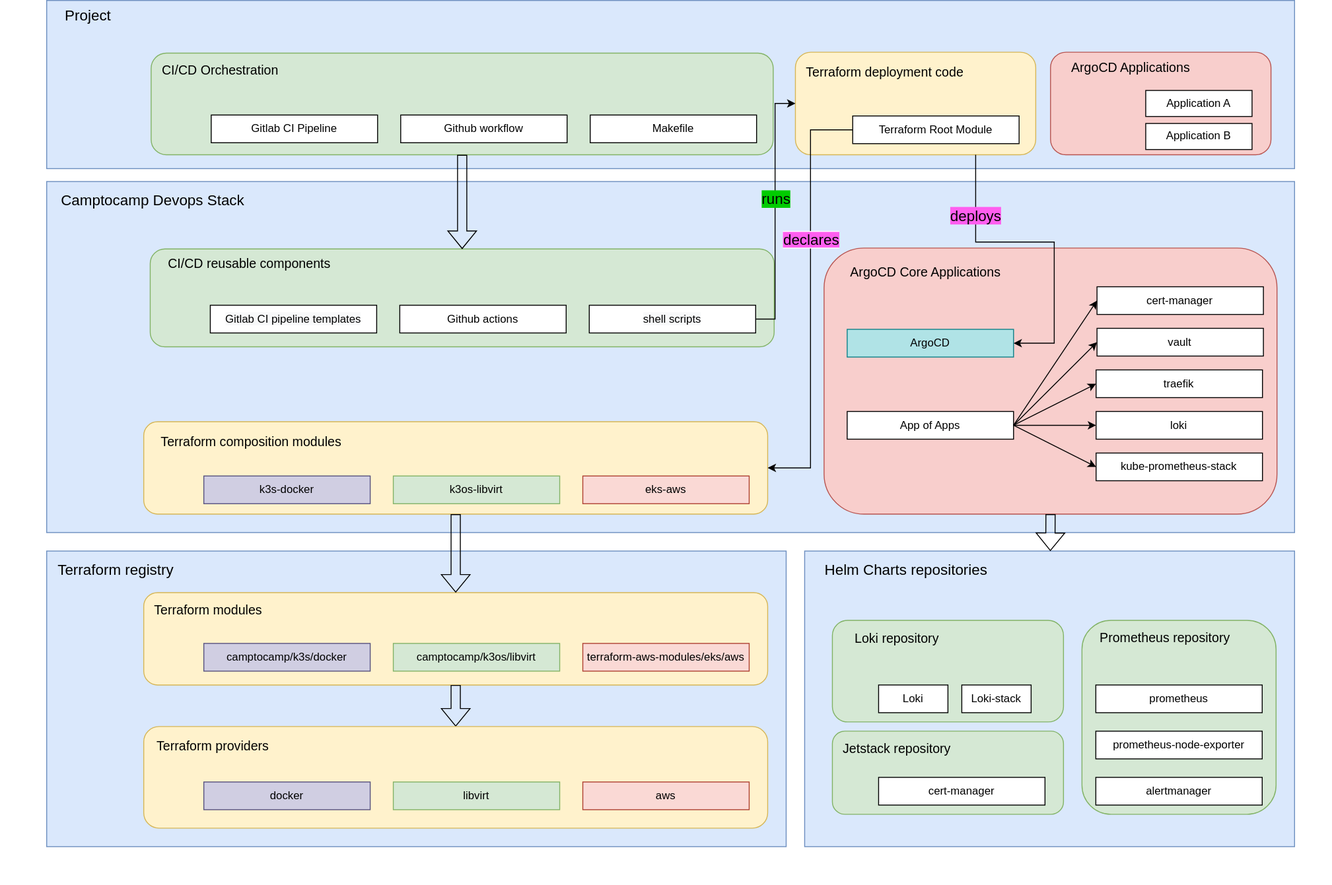
Earlier version of the draw.io export docs/modules/ROOT/assets/images/devops-stack-architecture.svg (camptocamp/devops-stack). Source tidied: cells renumbered, new cells last; positions are measured from the earlier drawing's top-left corner, leaving out a move shared by most shapes.
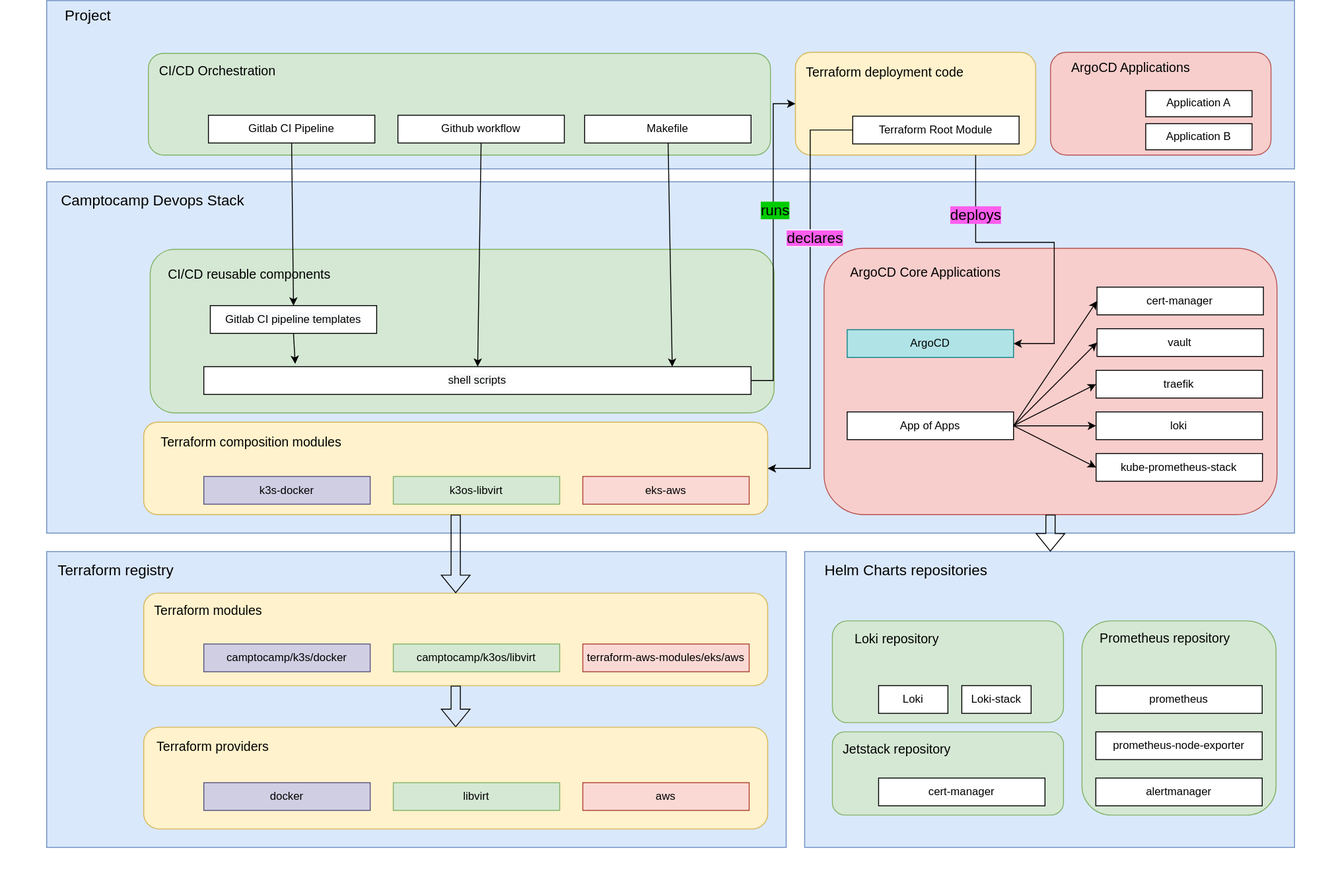
Above is the later version.

Commit message:
Update architecture schema

What changed in the source:
```diff
@@ -108,23 +108,23 @@
       <mxGeometry relative="1" as="geometry" />
     </mxCell>
     <mxCell id="37" style="group;" parent="18" vertex="1">
-      <mxGeometry x="162" y="73" width="675" height="105.9" as="geometry" />
+      <mxGeometry x="162" y="73" width="675" height="177" as="geometry" />
     </mxCell>
     <mxCell id="38" style="rounded=1;whiteSpace=wrap;html=1;fillColor=#d5e8d4;strokeColor=#82b366;" parent="37" vertex="1">
-      <mxGeometry width="675" height="105.9" as="geometry" />
+      <mxGeometry width="675" height="177" as="geometry" />
     </mxCell>
     <mxCell id="39" value="CI/CD reusable components" style="text;html=1;strokeColor=none;fillColor=none;align=center;verticalAlign=middle;whiteSpace=wrap;rounded=0;rotation=0;fontSize=14;" parent="37" vertex="1">
-      <mxGeometry x="15" y="9.2" width="185" height="14.3" as="geometry" />
+      <mxGeometry x="15" y="15.4" width="185" height="23.9" as="geometry" />
     </mxCell>
-    <mxCell id="40" value="Github actions" style="rounded=0;whiteSpace=wrap;html=1;" parent="18" vertex="1">
-      <mxGeometry x="432" y="133.9" width="180" height="30" as="geometry" />
-    </mxCell>
-    <mxCell id="41" value="&lt;meta charset=&quot;utf-8&quot;&gt;&lt;span style=&quot;color: rgb(0, 0, 0); font-family: helvetica; font-size: 12px; font-style: normal; font-weight: 400; letter-spacing: normal; text-align: center; text-indent: 0px; text-transform: none; word-spacing: 0px; background-color: rgb(248, 249, 250); display: inline; float: none;&quot;&gt;shell scripts&lt;/span&gt;" style="rounded=0;whiteSpace=wrap;html=1;" parent="18" vertex="1">
-      <mxGeometry x="637" y="133.9" width="180" height="30" as="geometry" />
+    <mxCell id="41" value="&lt;meta charset=&quot;utf-8&quot;&gt;&lt;span style=&quot;color: rgb(0, 0, 0); font-family: helvetica; font-size: 12px; font-style: normal; font-weight: 400; letter-spacing: normal; text-align: center; text-indent: 0px; text-transform: none; word-spacing: 0px; background-color: rgb(248, 249, 250); display: inline; float: none;&quot;&gt;shell scripts&lt;/span&gt;" style="rounded=0;whiteSpace=wrap;html=1;" parent="37" vertex="1">
+      <mxGeometry x="58" y="127" width="592" height="30" as="geometry" />
     </mxCell>
     <mxCell id="42" value="&lt;meta charset=&quot;utf-8&quot;&gt;&lt;span style=&quot;color: rgb(0, 0, 0); font-family: helvetica; font-size: 12px; font-style: normal; font-weight: 400; letter-spacing: normal; text-align: center; text-indent: 0px; text-transform: none; word-spacing: 0px; background-color: rgb(248, 249, 250); display: inline; float: none;&quot;&gt;Gitlab CI pipeline templates&lt;/span&gt;" style="rounded=0;whiteSpace=wrap;html=1;" parent="18" vertex="1">
       <mxGeometry x="227" y="133.9" width="180" height="30" as="geometry" />
     </mxCell>
+    <mxCell id="92" style="endArrow=classic;html=1;exitX=0.5;exitY=1;exitDx=0;exitDy=0;entryX=0.167;entryY=-0.1;entryDx=0;entryDy=0;entryPerimeter=0;" parent="18" edge="1" source="42" target="41">
+      <mxGeometry relative="1" as="geometry" />
+    </mxCell>
     <mxCell id="43" style="group;" parent="1" vertex="1">
       <mxGeometry x="155" y="456" width="675" height="100" as="geometry" />
     </mxCell>
@@ -219,7 +219,7 @@
       <mxGeometry x="60" y="6" width="70" height="20" as="geometry" />
     </mxCell>
     <mxCell id="74" style="group;fontStyle=1;" parent="1" vertex="1">
-      <mxGeometry x="163" y="57" width="675" height="110" as="geometry" />
+      <mxGeometry x="160" y="57" width="675" height="110" as="geometry" />
     </mxCell>
     <mxCell id="75" style="rounded=1;whiteSpace=wrap;html=1;fillColor=#d5e8d4;strokeColor=#82b366;" parent="74" vertex="1">
       <mxGeometry width="673" height="110" as="geometry" />
@@ -234,7 +234,7 @@
       <mxGeometry x="270" y="67" width="180" height="30" as="geometry" />
     </mxCell>
     <mxCell id="79" value="Makefile" style="rounded=0;whiteSpace=wrap;html=1;" parent="74" vertex="1">
-      <mxGeometry x="475" y="67" width="180" height="30" as="geometry" />
+      <mxGeometry x="472" y="67" width="180" height="30" as="geometry" />
     </mxCell>
     <mxCell id="80" style="group;" parent="1" vertex="1">
       <mxGeometry x="850" y="67" width="270" height="100" as="geometry" />
@@ -248,14 +248,13 @@
     <mxCell id="83" value="Terraform Root Module" style="rounded=0;whiteSpace=wrap;html=1;" parent="80" vertex="1">
       <mxGeometry x="72" y="58" width="180" height="30" as="geometry" />
     </mxCell>
-    <mxCell id="84" style="edgeStyle=none;rounded=0;jettySize=auto;html=1;fontSize=14;shape=flexArrow;" parent="1" edge="1" source="75" target="38">
-      <mxGeometry relative="1" as="geometry" />
-    </mxCell>
     <mxCell id="85" style="edgeStyle=elbowEdgeStyle;rounded=0;jettySize=auto;html=1;exitX=1;exitY=0.5;exitDx=0;exitDy=0;entryX=0;entryY=0.5;entryDx=0;entryDy=0;fontSize=14;" parent="1" edge="1" source="41" target="81">
       <mxGeometry relative="1" as="geometry" />
     </mxCell>
     <mxCell id="86" value="&lt;span style=&quot;&quot;&gt;runs&lt;/span&gt;" style="edgeLabel;html=1;align=center;verticalAlign=middle;fontSize=16;labelBackgroundColor=#00CC00;" parent="85" vertex="1">
-      <mxGeometry x="0.1" relative="1" as="geometry" />
+      <mxGeometry x="0.1" relative="1" as="geometry">
+        <mxPoint x="1" y="-18" as="offset" />
+      </mxGeometry>
     </mxCell>
     <mxCell id="87" style="jettySize=auto;html=1;fontSize=14;rounded=0;exitX=0.75;exitY=1;exitDx=0;exitDy=0;edgeStyle=orthogonalEdgeStyle;entryX=1;entryY=0.5;entryDx=0;entryDy=0;" parent="1" edge="1" source="81" target="25">
       <mxGeometry relative="1" as="geometry" />
@@ -267,10 +266,21 @@
       <mxGeometry relative="1" as="geometry" />
     </mxCell>
     <mxCell id="90" value="&lt;span style=&quot;background-color: rgb(255 , 94 , 239)&quot;&gt;declares&lt;/span&gt;" style="edgeLabel;html=1;align=center;verticalAlign=middle;fontSize=16;" parent="89" vertex="1">
-      <mxGeometry x="-0.29" relative="1" as="geometry" />
+      <mxGeometry x="-0.29" relative="1" as="geometry">
+        <mxPoint x="4" y="-1" as="offset" />
+      </mxGeometry>
     </mxCell>
     <mxCell id="91" style="rounded=0;jumpStyle=arc;jettySize=auto;html=1;exitX=0.5;exitY=1;exitDx=0;exitDy=0;shadow=0;fontSize=14;shape=flexArrow;" parent="1" edge="1" source="23" target="47">
       <mxGeometry relative="1" as="geometry" />
     </mxCell>
+    <mxCell id="93" style="endArrow=classic;html=1;entryX=0.856;entryY=0;entryDx=0;entryDy=0;entryPerimeter=0;" parent="1" edge="1" source="79" target="41">
+      <mxGeometry relative="1" as="geometry" />
+    </mxCell>
+    <mxCell id="94" style="endArrow=classic;html=1;exitX=0.5;exitY=1;exitDx=0;exitDy=0;" parent="1" edge="1" source="78" target="41">
+      <mxGeometry relative="1" as="geometry" />
+    </mxCell>
+    <mxCell id="95" style="endArrow=classic;html=1;exitX=0.5;exitY=1;exitDx=0;exitDy=0;entryX=0.5;entryY=0;entryDx=0;entryDy=0;" parent="1" edge="1" source="77" target="42">
+      <mxGeometry relative="1" as="geometry" />
+    </mxCell>
   </root>
 </mxGraphModel>
```
